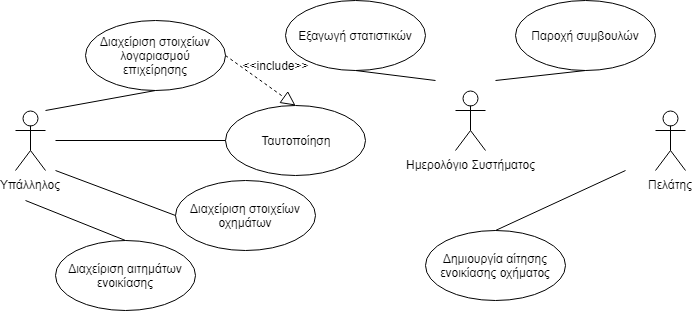
The draw.io diagram use_case_diagram.png in teotsi/RentEmAll, before a commit. Source tidied: cells renumbered, new cells last; positions are measured from the earlier drawing's top-left corner, leaving out a move shared by most shapes.
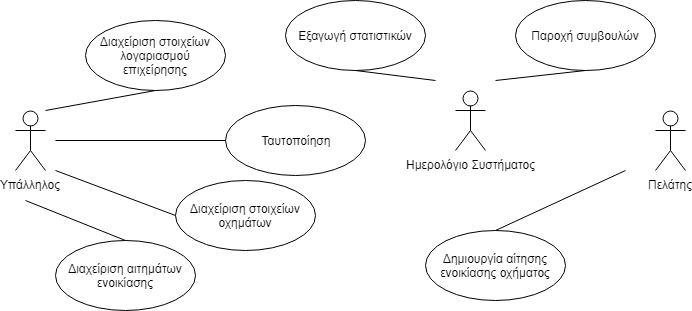
The same diagram one commit later.

The edit, as a diff of the source:
```diff
@@ -67,11 +67,5 @@
         <mxPoint x="480" y="80" as="sourcePoint" />
       </mxGeometry>
     </mxCell>
-    <mxCell id="19" style="endArrow=block;dashed=1;endFill=0;endSize=12;html=1;entryX=0.5;entryY=0;entryDx=0;entryDy=0;exitX=1;exitY=0.5;exitDx=0;exitDy=0;" parent="1" edge="1" source="5" target="4">
-      <mxGeometry relative="1" as="geometry" />
-    </mxCell>
-    <mxCell id="20" value="&amp;lt;&amp;lt;include&amp;gt;&amp;gt;" style="text;html=1;strokeColor=none;fillColor=none;align=center;verticalAlign=middle;whiteSpace=wrap;rounded=0;" parent="1" vertex="1">
-      <mxGeometry x="240" y="55" width="40" height="20" as="geometry" />
-    </mxCell>
   </root>
 </mxGraphModel>
```
